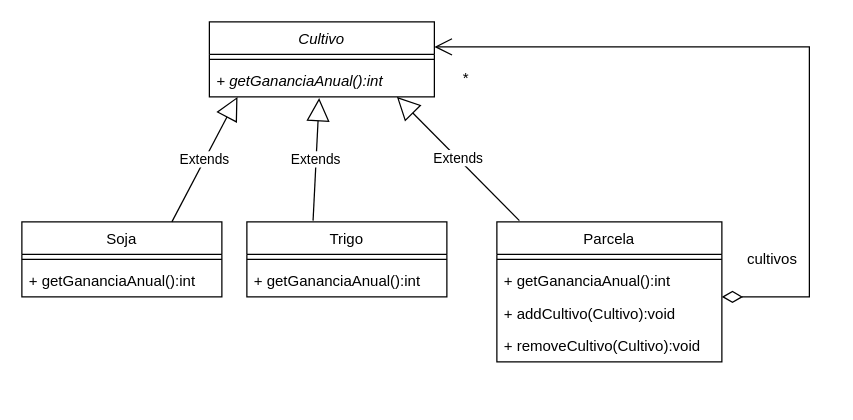
The draw.io diagram unq-po2-tpComposite-Cultivos.drawio in nhubczyk/Diagramas-UML, before the edit. Source tidied: cells renumbered, new cells numbered last; positions are measured from the earlier drawing's top-left corner, leaving out a move shared by most shapes. Both pictures are drawn from the tidied source at 125%, with x=0, y=0 at pixel (21, 21).
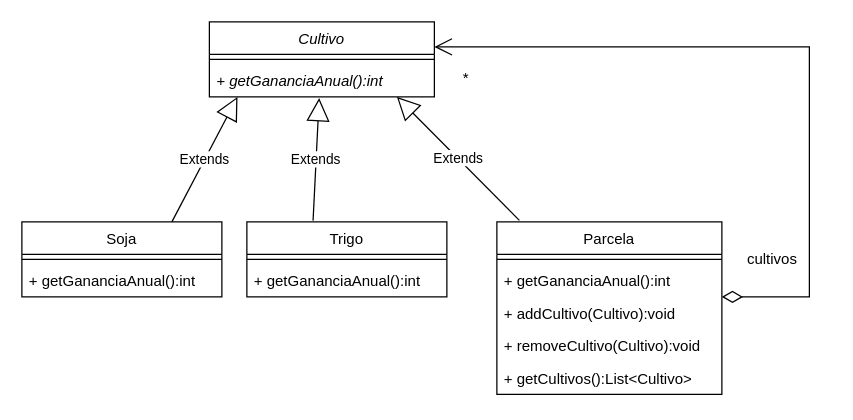
After the change.

What changed in the source:
```diff
@@
     <mxCell id="8" value="Parcela" style="swimlane;fontStyle=0;align=center;verticalAlign=top;horizontal=1;startSize=26;" parent="1" vertex="1">
-      <mxGeometry x="380" y="160" width="180" height="112" as="geometry" />
+      <mxGeometry x="380" y="160" width="180" height="138" as="geometry" />
     </mxCell>
@@
+    <mxCell id="22" value="+ getCultivos():List&lt;Cultivo&gt;" style="text;strokeColor=none;fillColor=none;align=left;verticalAlign=top;spacingLeft=4;spacingRight=4;overflow=hidden;" parent="8" vertex="1">
+      <mxGeometry y="112" width="180" height="26" as="geometry" />
+    </mxCell>
```
